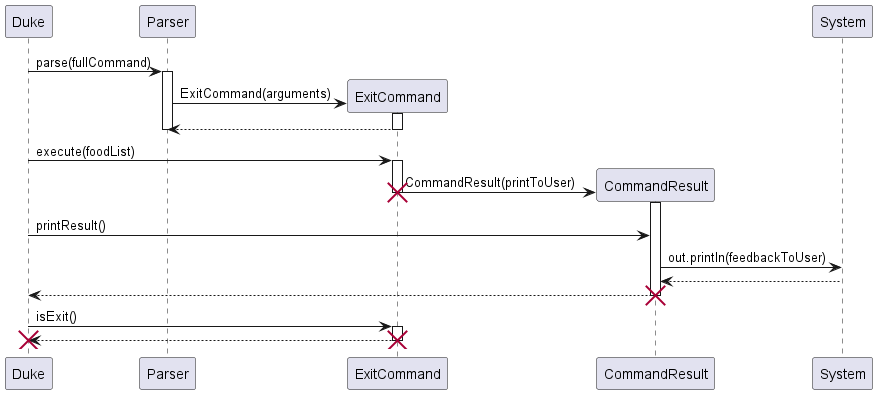
Above: docs/images/ExitCommandSequenceDiagram.png in tsx0314/tp (PlantUML), before the change. Its diagram source:
```plantuml
@startuml

Duke -> Parser: parse(fullCommand)
activate Parser

create ExitCommand
ExitCommand <- Parser : ExitCommand(arguments)
activate ExitCommand
ExitCommand --> Parser
deactivate ExitCommand
deactivate Parser

Duke -> ExitCommand : execute(foodList)
activate ExitCommand



create CommandResult
ExitCommand -> CommandResult : CommandResult(printToUser)
activate CommandResult
deactivate ExitCommand
destroy ExitCommand

Duke -> CommandResult: printResult()
CommandResult->System: out.println(feedbackToUser)

System --> CommandResult
CommandResult --> Duke
deactivate CommandResult
destroy CommandResult

Duke -> ExitCommand: isExit()
activate ExitCommand
ExitCommand --> Duke
deactivate ExitCommand
destroy ExitCommand

destroy Duke

@enduml
```
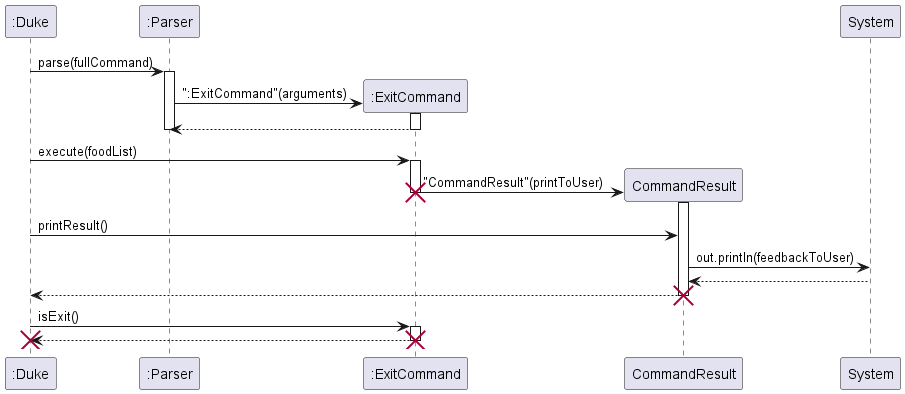
The same file after the commit.

What changed in the source:
```diff
@@ -1,40 +1,40 @@
 @startuml
 
-Duke -> Parser: parse(fullCommand)
-activate Parser
+":Duke" -> ":Parser": parse(fullCommand)
+activate ":Parser"
 
-create ExitCommand
-ExitCommand <- Parser : ExitCommand(arguments)
-activate ExitCommand
-ExitCommand --> Parser
-deactivate ExitCommand
-deactivate Parser
+create ":ExitCommand"
+":ExitCommand" <- ":Parser" : ":ExitCommand"(arguments)
+activate ":ExitCommand"
+":ExitCommand" --> ":Parser"
+deactivate ":ExitCommand"
+deactivate ":Parser"
 
-Duke -> ExitCommand : execute(foodList)
-activate ExitCommand
+":Duke" -> ":ExitCommand" : execute(foodList)
+activate ":ExitCommand"
 
 
 
-create CommandResult
-ExitCommand -> CommandResult : CommandResult(printToUser)
-activate CommandResult
-deactivate ExitCommand
-destroy ExitCommand
+create "CommandResult"
+":ExitCommand" -> "CommandResult" : "CommandResult"(printToUser)
+activate "CommandResult"
+deactivate ":ExitCommand"
+destroy ":ExitCommand"
 
-Duke -> CommandResult: printResult()
-CommandResult->System: out.println(feedbackToUser)
+":Duke" -> "CommandResult": printResult()
+"CommandResult"->System: out.println(feedbackToUser)
 
-System --> CommandResult
-CommandResult --> Duke
-deactivate CommandResult
-destroy CommandResult
+System --> "CommandResult"
+"CommandResult" --> ":Duke"
+deactivate "CommandResult"
+destroy "CommandResult"
 
-Duke -> ExitCommand: isExit()
-activate ExitCommand
-ExitCommand --> Duke
-deactivate ExitCommand
-destroy ExitCommand
+":Duke" -> ":ExitCommand": isExit()
+activate ":ExitCommand"
+":ExitCommand" --> ":Duke"
+deactivate ":ExitCommand"
+destroy ":ExitCommand"
 
-destroy Duke
+destroy ":Duke"
 
 @enduml
```
